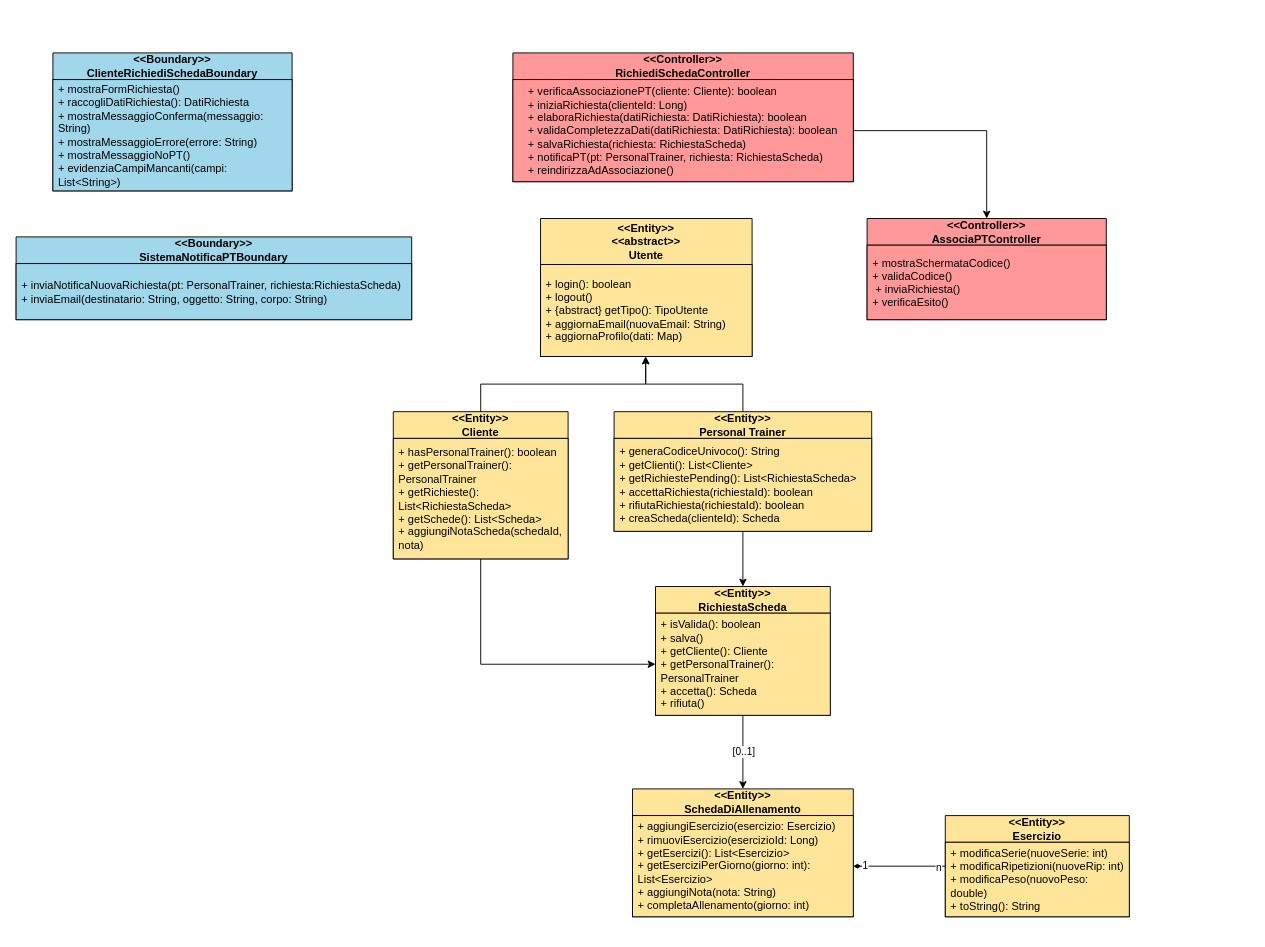
Earlier version of the draw.io diagram VOPC/VOPCRichiediScheda.drawio (FedericoSib/FitPlan). Source tidied: cells renumbered, new cells numbered last; positions are measured from the earlier drawing's top-left corner, leaving out a move shared by most shapes. Both pictures are drawn from the tidied source at 92%, with x=0, y=0 at pixel (16, 52).
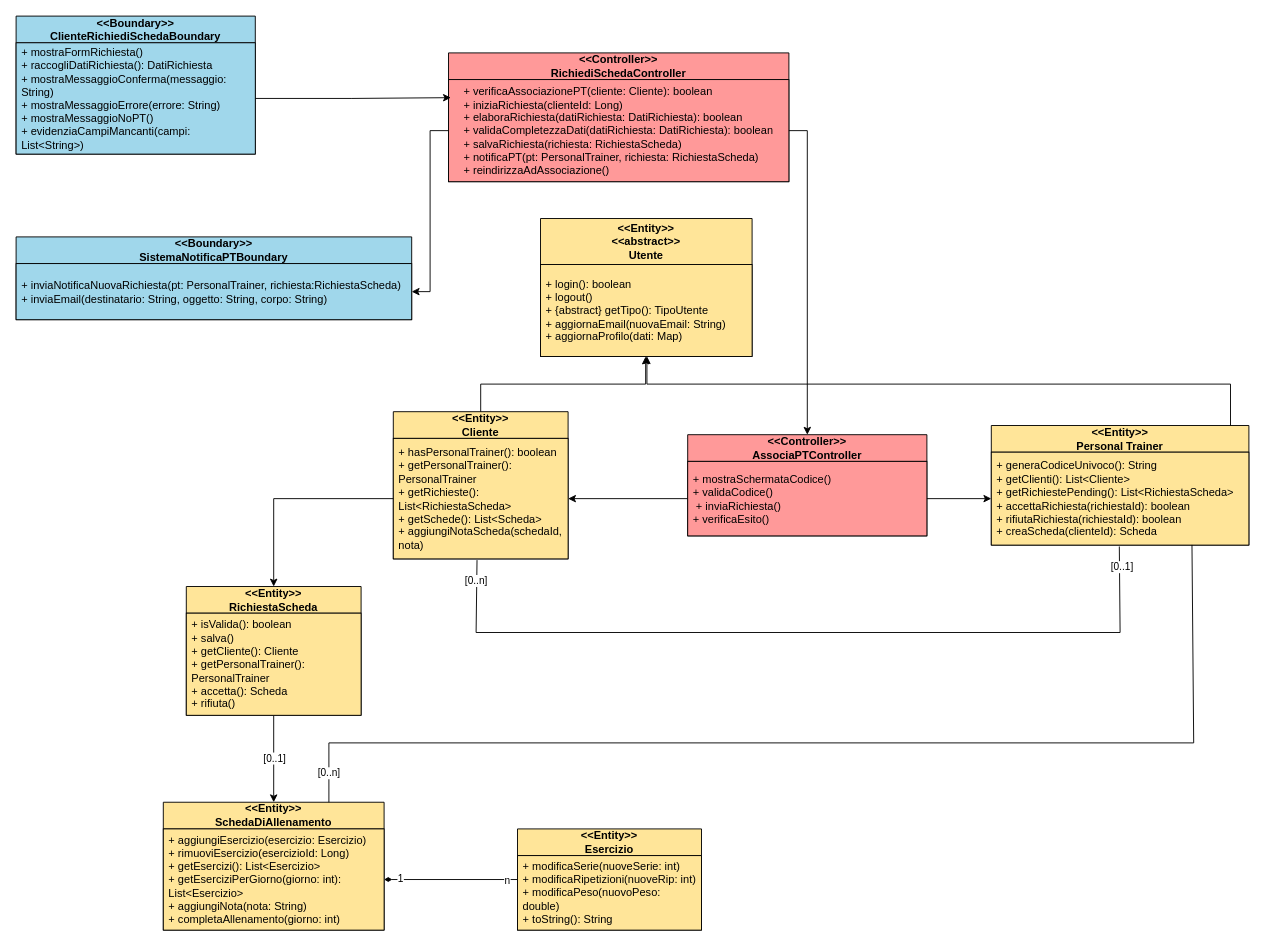
After the change.

Unchanged cells that the change refers to:
```xml
<mxCell id="3" value="&lt;div align=&quot;left&quot;&gt;&lt;span&gt;&lt;span&gt;  + mostraFormRichiesta()&lt;/span&gt;&lt;/span&gt;&lt;br&gt;&lt;span&gt;&lt;span&gt;&lt;/span&gt;&lt;/span&gt;&lt;span&gt;     + raccogliDatiRichiesta(): DatiRichiesta&lt;/span&gt;&lt;br&gt;&lt;span&gt;&lt;/span&gt;&lt;span&gt;     + mostraMessaggioConferma(messaggio: String)&lt;/span&gt;&lt;br&gt;&lt;span&gt;&lt;/span&gt;&lt;span&gt;     + mostraMessaggioErrore(errore: String)&lt;/span&gt;&lt;br&gt;&lt;span&gt;&lt;/span&gt;&lt;span&gt;     + mostraMessaggioNoPT()&lt;/span&gt;&lt;br&gt;&lt;span&gt;&lt;/span&gt;&lt;span&gt;     + evidenziaCampiMancanti(campi: List&amp;lt;String&amp;gt;)&lt;/span&gt;&lt;/div&gt;" style="text;html=1;strokeColor=default;fillColor=#A0D7EB;align=left;verticalAlign=middle;spacingLeft=4;spacingRight=4;overflow=hidden;points=[[0,0.5],[1,0.5]];portConstraint=eastwest;whiteSpace=wrap;" parent="2" vertex="1">
  <mxGeometry y="29" width="260" height="121" as="geometry" />
</mxCell>
<mxCell id="5" value="&lt;div align=&quot;left&quot;&gt;+ verificaAssociazionePT(cliente: Cliente): boolean&lt;br&gt;+ iniziaRichiesta(clienteId: Long)&lt;br&gt;+ elaboraRichiesta(datiRichiesta: DatiRichiesta): boolean&lt;br&gt;+ validaCompletezzaDati(datiRichiesta: DatiRichiesta): boolean&lt;br&gt;+ salvaRichiesta(richiesta: RichiestaScheda)&lt;br&gt;+ notificaPT(pt: PersonalTrainer, richiesta: RichiestaScheda)&lt;/div&gt;&lt;div align=&quot;left&quot;&gt;+ reindirizzaAdAssociazione()&lt;/div&gt;" style="text;html=1;strokeColor=default;fillColor=#FF9999;align=center;verticalAlign=middle;spacingLeft=4;spacingRight=4;overflow=hidden;points=[[0,0.5],[1,0.5]];portConstraint=eastwest;whiteSpace=wrap;" parent="4" vertex="1">
  <mxGeometry y="29" width="370" height="111" as="geometry" />
</mxCell>
<mxCell id="7" value="&lt;div align=&quot;left&quot;&gt;+ inviaNotificaNuovaRichiesta(pt: PersonalTrainer, richiesta:RichiestaScheda)&lt;br&gt;+ inviaEmail(destinatario: String, oggetto: String, corpo: String)&lt;/div&gt;" style="text;html=1;strokeColor=default;fillColor=#A0D7EB;align=left;verticalAlign=middle;spacingLeft=4;spacingRight=4;overflow=hidden;points=[[0,0.5],[1,0.5]];portConstraint=eastwest;whiteSpace=wrap;" parent="6" vertex="1">
  <mxGeometry y="29" width="430" height="61" as="geometry" />
</mxCell>
<mxCell id="9" value="&lt;div&gt;&amp;lt;&amp;lt;Entity&amp;gt;&amp;gt;&lt;/div&gt;&lt;div&gt;Cliente&lt;/div&gt;" style="swimlane;fontStyle=1;align=center;verticalAlign=middle;horizontal=1;startSize=29;html=1;whiteSpace=wrap;swimlaneFillColor=default;fillColor=#FFE599;" parent="1" vertex="1">
  <mxGeometry x="410" y="390" width="190" height="160" as="geometry" />
</mxCell>
<mxCell id="10" value="&lt;div align=&quot;left&quot;&gt;&lt;span&gt; + hasPersonalTrainer(): boolean&lt;br/&gt;&lt;/span&gt;&lt;span&gt;   + getPersonalTrainer(): PersonalTrainer&lt;br/&gt;&lt;/span&gt;&lt;span&gt;   + getRichieste(): List&amp;lt;RichiestaScheda&amp;gt;&lt;br/&gt;&lt;/span&gt;&lt;span&gt;   + getSchede(): List&amp;lt;Scheda&amp;gt;&lt;br/&gt;&lt;/span&gt;&lt;span&gt;   + aggiungiNotaScheda(schedaId, nota)&lt;/span&gt;&lt;/div&gt;" style="text;html=1;strokeColor=default;fillColor=#FFE599;align=left;verticalAlign=middle;spacingLeft=4;spacingRight=4;overflow=hidden;points=[[0,0.5],[1,0.5]];portConstraint=eastwest;whiteSpace=wrap;" parent="9" vertex="1">
  <mxGeometry y="29" width="190" height="131" as="geometry" />
</mxCell>
<mxCell id="12" value="&lt;span&gt; + login(): boolean&lt;br/&gt;&lt;/span&gt;&lt;span&gt;   + logout()&lt;br/&gt;&lt;/span&gt;&lt;span&gt;   + {abstract} getTipo(): TipoUtente&lt;br/&gt;&lt;/span&gt;&lt;span&gt;   + aggiornaEmail(nuovaEmail: String)&lt;br/&gt;&lt;/span&gt;&lt;span&gt;   + aggiornaProfilo(dati: Map)&lt;/span&gt;" style="text;html=1;strokeColor=default;fillColor=#FFE599;align=left;verticalAlign=middle;spacingLeft=4;spacingRight=4;overflow=hidden;points=[[0,0.5],[1,0.5]];portConstraint=eastwest;whiteSpace=wrap;" parent="11" vertex="1">
  <mxGeometry y="50" width="230" height="100" as="geometry" />
</mxCell>
<mxCell id="18" value="&lt;div align=&quot;left&quot;&gt;&lt;span&gt;   + isValida(): boolean&lt;br/&gt;&lt;/span&gt;&lt;span&gt;   + salva()&lt;br/&gt;&lt;/span&gt;&lt;span&gt;   + getCliente(): Cliente&lt;br/&gt;&lt;/span&gt;&lt;span&gt;   + getPersonalTrainer(): PersonalTrainer&lt;br/&gt;&lt;/span&gt;&lt;span&gt;   + accetta(): Scheda&lt;br/&gt;&lt;/span&gt;&lt;span&gt;   + rifiuta()&lt;/span&gt;&lt;/div&gt;" style="text;html=1;strokeColor=default;fillColor=#FFE599;align=left;verticalAlign=middle;spacingLeft=4;spacingRight=4;overflow=hidden;points=[[0,0.5],[1,0.5]];portConstraint=eastwest;whiteSpace=wrap;" parent="17" vertex="1">
  <mxGeometry y="29" width="190" height="111" as="geometry" />
</mxCell>
<mxCell id="21" value="&lt;div align=&quot;left&quot;&gt;&lt;span&gt;+ generaCodiceUnivoco(): String&lt;/span&gt;&lt;br&gt;&lt;span&gt;&lt;/span&gt;&lt;span&gt;   + getClienti(): List&amp;lt;Cliente&amp;gt;&lt;/span&gt;&lt;br&gt;&lt;span&gt;&lt;/span&gt;&lt;span&gt;   + getRichiestePending(): List&amp;lt;RichiestaScheda&amp;gt;&lt;/span&gt;&lt;br&gt;&lt;span&gt;&lt;/span&gt;&lt;span&gt;   + accettaRichiesta(richiestaId): boolean&lt;/span&gt;&lt;br&gt;&lt;span&gt;&lt;/span&gt;&lt;span&gt;   + rifiutaRichiesta(richiestaId): boolean&lt;/span&gt;&lt;br&gt;&lt;span&gt;&lt;/span&gt;&lt;span&gt;   + creaScheda(clienteId): Scheda&lt;/span&gt;&lt;/div&gt;" style="text;html=1;strokeColor=default;fillColor=#FFE599;align=left;verticalAlign=middle;spacingLeft=4;spacingRight=4;overflow=hidden;points=[[0,0.5],[1,0.5]];portConstraint=eastwest;whiteSpace=wrap;" parent="20" vertex="1">
  <mxGeometry y="29" width="280" height="101" as="geometry" />
</mxCell>
<mxCell id="30" value="&lt;div align=&quot;left&quot;&gt;&lt;span&gt;+ mostraSchermataCodice()&amp;nbsp;&lt;/span&gt;&lt;span&gt;&lt;br&gt;&lt;/span&gt;&lt;/div&gt;&lt;div align=&quot;left&quot;&gt;&lt;span&gt;+ validaCodice()&amp;nbsp;&lt;/span&gt;&lt;/div&gt;&lt;div align=&quot;left&quot;&gt;&lt;span&gt;&amp;nbsp;+ inviaRichiesta()&amp;nbsp;&lt;/span&gt;&lt;/div&gt;&lt;div align=&quot;left&quot;&gt;&lt;span&gt;+ verificaEsito()&lt;/span&gt;&lt;/div&gt;" style="text;html=1;strokeColor=default;fillColor=#FF9999;align=left;verticalAlign=middle;spacingLeft=4;spacingRight=4;overflow=hidden;points=[[0,0.5],[1,0.5]];portConstraint=eastwest;whiteSpace=wrap;" parent="29" vertex="1">
  <mxGeometry y="29" width="260" height="81" as="geometry" />
</mxCell>
```

The edit, as a diff of the source:
```diff
@@
     <mxCell id="2" value="&lt;div&gt;&amp;lt;&amp;lt;Boundary&amp;gt;&amp;gt;&lt;/div&gt;&lt;div&gt;ClienteRichiediSchedaBoundary&lt;/div&gt;" style="swimlane;fontStyle=1;align=center;verticalAlign=middle;horizontal=1;startSize=29;html=1;whiteSpace=wrap;swimlaneFillColor=light-dark(#ffffff, #ededed);fillColor=#A0D7EB;" parent="1" vertex="1">
-      <mxGeometry x="40" width="260" height="150" as="geometry" />
+      <mxGeometry y="-40" width="260" height="150" as="geometry" />
     </mxCell>
@@
     <mxCell id="4" value="&lt;div&gt;&amp;lt;&amp;lt;Controller&amp;gt;&amp;gt;&lt;/div&gt;&lt;div&gt;RichiediSchedaController&lt;/div&gt;" style="swimlane;fontStyle=1;align=center;verticalAlign=middle;horizontal=1;startSize=29;html=1;whiteSpace=wrap;swimlaneFillColor=default;fillColor=#FF9999;" parent="1" vertex="1">
-      <mxGeometry x="540" width="370" height="140" as="geometry" />
+      <mxGeometry x="470" width="370" height="140" as="geometry" />
     </mxCell>
@@
-    <mxCell id="8" style="edgeStyle=orthogonalEdgeStyle;rounded=0;jettySize=auto;html=1;entryX=0;entryY=0.5;entryDx=0;entryDy=0;" parent="1" edge="1" source="9" target="18">
-      <mxGeometry relative="1" as="geometry" />
-    </mxCell>
@@
     <mxCell id="13" value="&lt;div&gt;&amp;lt;&amp;lt;Entity&amp;gt;&amp;gt;&lt;/div&gt;SchedaDiAllenamento" style="swimlane;fontStyle=1;align=center;verticalAlign=middle;horizontal=1;startSize=29;html=1;whiteSpace=wrap;swimlaneFillColor=default;fillColor=#FFE599;" parent="1" vertex="1">
-      <mxGeometry x="670" y="800" width="240" height="139" as="geometry" />
+      <mxGeometry x="160" y="814.5" width="240" height="139" as="geometry" />
     </mxCell>
@@
     <mxCell id="17" value="&lt;div&gt;&amp;lt;&amp;lt;Entity&amp;gt;&amp;gt;&lt;/div&gt;RichiestaScheda" style="swimlane;fontStyle=1;align=center;verticalAlign=middle;horizontal=1;startSize=29;html=1;whiteSpace=wrap;swimlaneFillColor=default;fillColor=#FFE599;" parent="1" vertex="1">
-      <mxGeometry x="695" y="580" width="190" height="140" as="geometry" />
+      <mxGeometry x="185" y="580" width="190" height="140" as="geometry" />
     </mxCell>
@@
-    <mxCell id="19" style="edgeStyle=orthogonalEdgeStyle;rounded=0;jettySize=auto;html=1;entryX=0.5;entryY=0;entryDx=0;entryDy=0;" parent="1" edge="1" source="20" target="17">
-      <mxGeometry relative="1" as="geometry" />
-    </mxCell>
     <mxCell id="20" value="&lt;div&gt;&amp;lt;&amp;lt;Entity&amp;gt;&amp;gt;&lt;/div&gt;&lt;div&gt;Personal Trainer&lt;/div&gt;" style="swimlane;fontStyle=1;align=center;verticalAlign=middle;horizontal=1;startSize=29;html=1;whiteSpace=wrap;swimlaneFillColor=default;fillColor=#FFE599;" parent="1" vertex="1">
-      <mxGeometry x="650" y="390" width="280" height="130" as="geometry" />
+      <mxGeometry x="1060" y="405" width="280" height="130" as="geometry" />
     </mxCell>
@@
     <mxCell id="25" value="&lt;div&gt;&amp;lt;&amp;lt;Entity&amp;gt;&amp;gt;&lt;/div&gt;Esercizio" style="swimlane;fontStyle=1;align=center;verticalAlign=middle;horizontal=1;startSize=29;html=1;whiteSpace=wrap;swimlaneFillColor=default;fillColor=#FFE599;" parent="1" vertex="1">
-      <mxGeometry x="1010" y="829" width="200" height="110" as="geometry" />
+      <mxGeometry x="545" y="843.5" width="200" height="110" as="geometry" />
     </mxCell>
@@
-    <mxCell id="28" style="edgeStyle=orthogonalEdgeStyle;rounded=0;jettySize=auto;html=1;entryX=0.506;entryY=1;entryDx=0;entryDy=0;entryPerimeter=0;exitX=0.5;exitY=0;exitDx=0;exitDy=0;" parent="1" edge="1" source="20">
-      <mxGeometry relative="1" as="geometry">
-        <mxPoint x="684.4" y="330" as="targetPoint" />
-        <Array as="points">
-          <mxPoint x="790" y="360" />
-          <mxPoint x="684" y="360" />
-        </Array>
-      </mxGeometry>
-    </mxCell>
     <mxCell id="29" value="&lt;div&gt;&amp;lt;&amp;lt;Controller&amp;gt;&amp;gt;&lt;/div&gt;&lt;div&gt;AssociaPTController&lt;/div&gt;" style="swimlane;fontStyle=1;align=center;verticalAlign=middle;horizontal=1;startSize=29;html=1;whiteSpace=wrap;swimlaneFillColor=default;fillColor=#FF9999;" parent="1" vertex="1">
-      <mxGeometry x="925" y="180" width="260" height="110" as="geometry" />
+      <mxGeometry x="730" y="415" width="260" height="110" as="geometry" />
     </mxCell>
@@
+    <mxCell id="32" style="edgeStyle=orthogonalEdgeStyle;rounded=0;jettySize=auto;html=1;entryX=1;entryY=0.5;entryDx=0;entryDy=0;" parent="1" edge="1" source="5" target="7">
+      <mxGeometry relative="1" as="geometry" />
+    </mxCell>
+    <mxCell id="33" style="edgeStyle=orthogonalEdgeStyle;rounded=0;jettySize=auto;html=1;" parent="1" edge="1" source="30" target="10">
+      <mxGeometry relative="1" as="geometry" />
+    </mxCell>
+    <mxCell id="34" style="edgeStyle=orthogonalEdgeStyle;rounded=0;jettySize=auto;html=1;entryX=0;entryY=0.5;entryDx=0;entryDy=0;" parent="1" edge="1" source="30" target="21">
+      <mxGeometry relative="1" as="geometry" />
+    </mxCell>
+    <mxCell id="35" style="edgeStyle=orthogonalEdgeStyle;rounded=0;jettySize=auto;html=1;entryX=0.503;entryY=0.997;entryDx=0;entryDy=0;entryPerimeter=0;" parent="1" edge="1" source="20" target="12">
+      <mxGeometry relative="1" as="geometry">
+        <Array as="points">
+          <mxPoint x="1320" y="360" />
+          <mxPoint x="686" y="360" />
+        </Array>
+      </mxGeometry>
+    </mxCell>
+    <mxCell id="36" style="edgeStyle=orthogonalEdgeStyle;rounded=0;jettySize=auto;html=1;entryX=0.5;entryY=0;entryDx=0;entryDy=0;" parent="1" edge="1" source="10" target="17">
+      <mxGeometry relative="1" as="geometry" />
+    </mxCell>
+    <mxCell id="37" style="endArrow=none;html=1;rounded=0;entryX=0.497;entryY=1.015;entryDx=0;entryDy=0;entryPerimeter=0;exitX=0.479;exitY=1.01;exitDx=0;exitDy=0;exitPerimeter=0;" parent="1" edge="1" source="10" target="21">
+      <mxGeometry relative="1" as="geometry">
+        <Array as="points">
+          <mxPoint x="500" y="630" />
+          <mxPoint x="1200" y="630" />
+        </Array>
+      </mxGeometry>
+    </mxCell>
+    <mxCell id="38" value="[0..n]" style="edgeLabel;html=1;align=center;verticalAlign=middle;" parent="37" vertex="1">
+      <mxGeometry x="-0.95" relative="1" as="geometry">
+        <mxPoint x="-1" as="offset" />
+      </mxGeometry>
+    </mxCell>
+    <mxCell id="39" value="[0..1]" style="edgeLabel;html=1;align=center;verticalAlign=middle;" parent="37" vertex="1">
+      <mxGeometry x="0.95" y="-2" relative="1" as="geometry" />
+    </mxCell>
+    <mxCell id="40" style="endArrow=none;html=1;rounded=0;exitX=0.75;exitY=0;exitDx=0;exitDy=0;" parent="1" edge="1" source="13">
+      <mxGeometry relative="1" as="geometry">
+        <mxPoint x="340" y="750" as="targetPoint" />
+      </mxGeometry>
+    </mxCell>
+    <mxCell id="41" value="[0..n]" style="edgeLabel;html=1;align=center;verticalAlign=middle;" parent="40" vertex="1">
+      <mxGeometry y="1" relative="1" as="geometry" />
+    </mxCell>
+    <mxCell id="42" style="endArrow=none;html=1;rounded=0;" parent="1" edge="1">
+      <mxGeometry relative="1" as="geometry">
+        <mxPoint x="340" y="750" as="sourcePoint" />
+        <mxPoint x="1280" y="750" as="targetPoint" />
+      </mxGeometry>
+    </mxCell>
+    <mxCell id="43" style="endArrow=none;html=1;rounded=0;entryX=0.779;entryY=0.998;entryDx=0;entryDy=0;entryPerimeter=0;" parent="1" edge="1" target="21">
+      <mxGeometry relative="1" as="geometry">
+        <mxPoint x="1280" y="750" as="sourcePoint" />
+      </mxGeometry>
+    </mxCell>
+    <mxCell id="44" style="edgeStyle=orthogonalEdgeStyle;rounded=0;jettySize=auto;html=1;entryX=0.007;entryY=0.177;entryDx=0;entryDy=0;entryPerimeter=0;" parent="1" edge="1" source="3" target="5">
+      <mxGeometry relative="1" as="geometry" />
+    </mxCell>
```
